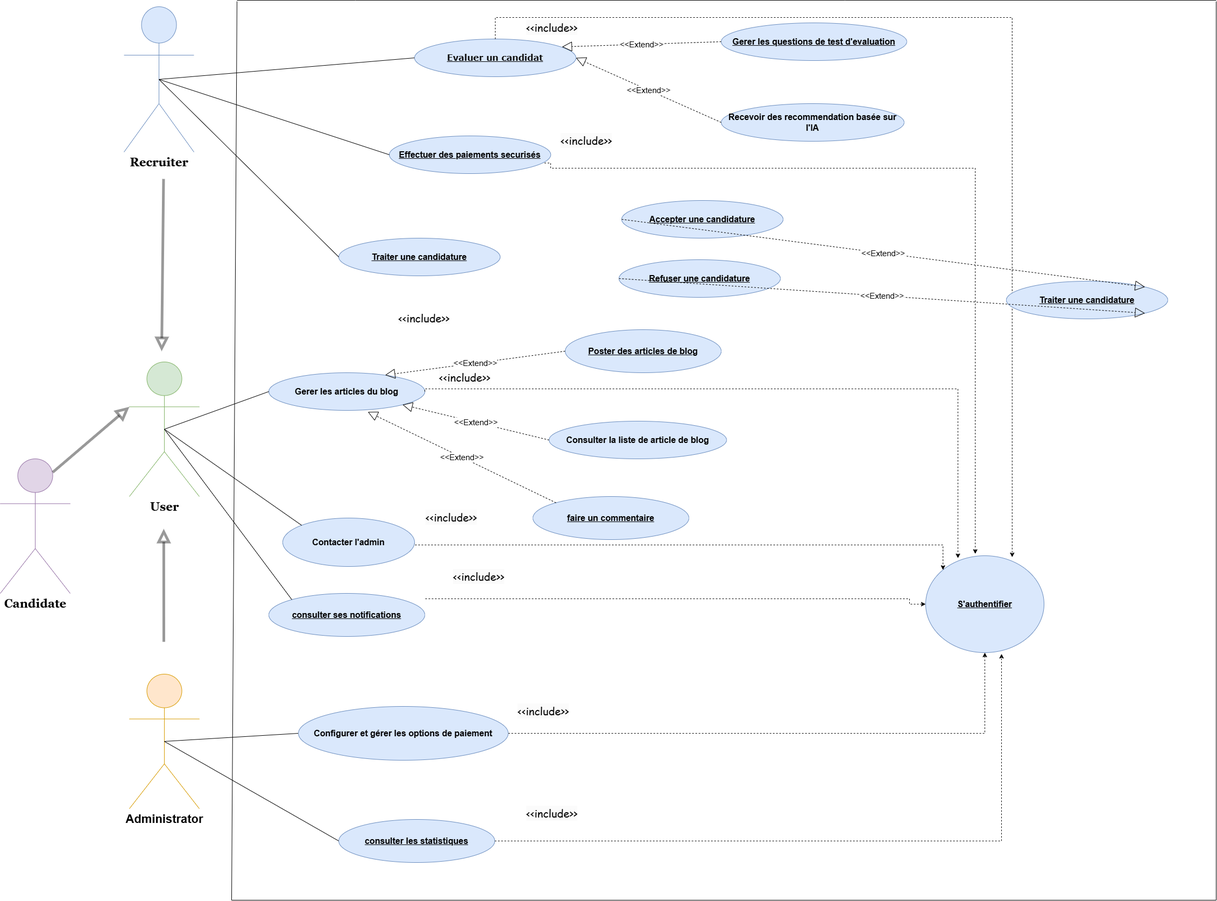
Before: Diagramme cas utilisation sprint3.drawio.png, a diagram exported from draw.io (chirine1/-project). Source tidied: cells renumbered, new cells last; positions are measured from the earlier drawing's top-left corner, leaving out a move shared by most shapes.
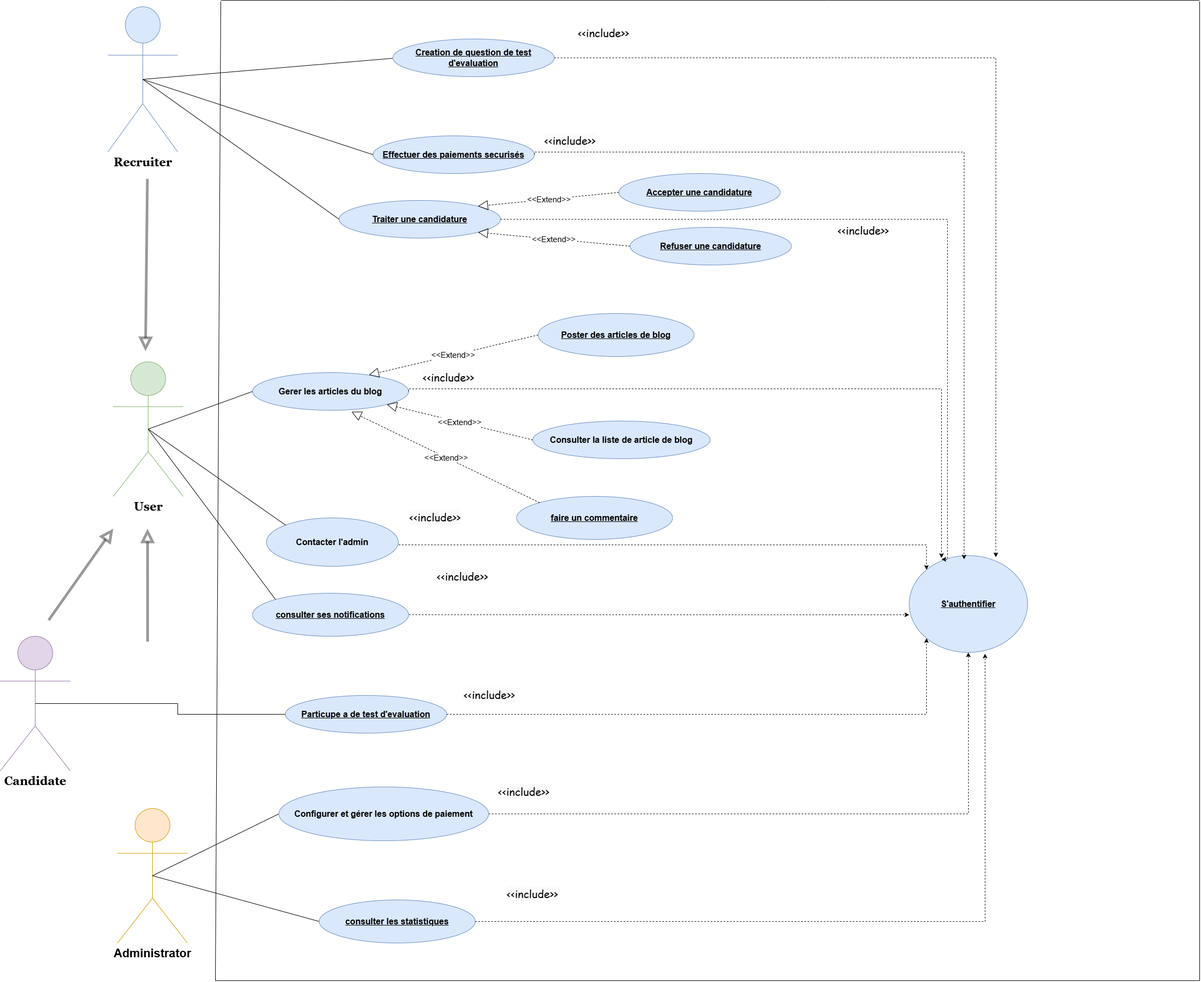
Later version of the same file.

Commit message:
Mettre à jour Diagramme cas utilisation sprint3.drawio.png

The edit, as a diff of the source:
```diff
@@ -6,3 +6,3 @@
       <mxGeometry relative="1" as="geometry">
-        <mxPoint x="430" y="1672" as="sourcePoint" />
+        <mxPoint x="430" y="1822" as="sourcePoint" />
         <mxPoint x="440" y="2" as="targetPoint" />
@@ -26,5 +26,2 @@
     </mxCell>
-    <mxCell id="6" value="&lt;b&gt;&lt;font face=&quot;Helvetica&quot; style=&quot;font-size: 16px;&quot;&gt;Recevoir des recommendation basée sur l'IA&lt;/font&gt;&lt;/b&gt;" style="ellipse;whiteSpace=wrap;html=1;fillColor=#dae8fc;strokeColor=#6c8ebf;" parent="1" vertex="1">
-      <mxGeometry x="1340" y="192" width="340" height="70" as="geometry" />
-    </mxCell>
     <mxCell id="7" value="&lt;span style=&quot;font-size: 16px;&quot;&gt;&lt;b&gt;Gerer les articles du blog&lt;/b&gt;&lt;/span&gt;" style="ellipse;whiteSpace=wrap;html=1;align=center;fillColor=#dae8fc;strokeColor=#6c8ebf;" parent="1" vertex="1">
@@ -37,4 +34,4 @@
       <mxGeometry relative="1" as="geometry">
-        <mxPoint x="430" y="1672" as="sourcePoint" />
-        <mxPoint x="2260" y="1672" as="targetPoint" />
+        <mxPoint x="430" y="1822" as="sourcePoint" />
+        <mxPoint x="2260" y="1822" as="targetPoint" />
       </mxGeometry>
@@ -43,3 +40,3 @@
       <mxGeometry relative="1" as="geometry">
-        <mxPoint x="2260" y="1672" as="sourcePoint" />
+        <mxPoint x="2260" y="1822" as="sourcePoint" />
         <mxPoint x="2260" y="2" as="targetPoint" />
@@ -48,3 +45,3 @@
     <mxCell id="11" value="&lt;span style=&quot;font-size: 22px;&quot;&gt;&lt;b&gt;Administrator&lt;/b&gt;&lt;/span&gt;" style="shape=umlActor;verticalLabelPosition=bottom;verticalAlign=top;html=1;outlineConnect=0;fillColor=#ffe6cc;strokeColor=#d79b00;" parent="1" vertex="1">
-      <mxGeometry x="240" y="1252" width="130" height="250" as="geometry" />
+      <mxGeometry x="248" y="1502" width="130" height="250" as="geometry" />
     </mxCell>
@@ -66,7 +63,4 @@
     <mxCell id="14" value="&lt;font face=&quot;Georgia&quot;&gt;&lt;span style=&quot;font-size: 22px;&quot;&gt;&lt;b&gt;Candidate&lt;/b&gt;&lt;/span&gt;&lt;/font&gt;" style="shape=umlActor;verticalLabelPosition=bottom;verticalAlign=top;html=1;outlineConnect=0;fillColor=#e1d5e7;strokeColor=#9673a6;" parent="1" vertex="1">
-      <mxGeometry y="852" width="130" height="250" as="geometry" />
+      <mxGeometry x="30" y="1182" width="130" height="250" as="geometry" />
     </mxCell>
-    <mxCell id="15" value="&lt;span style=&quot;color: rgb(0, 0, 0); font-family: &amp;quot;Comic Sans MS&amp;quot;; font-size: 20px; font-style: normal; font-variant-ligatures: normal; font-variant-caps: normal; font-weight: 400; letter-spacing: normal; orphans: 2; text-align: center; text-indent: 0px; text-transform: none; widows: 2; word-spacing: 0px; -webkit-text-stroke-width: 0px; background-color: rgb(251, 251, 251); text-decoration-thickness: initial; text-decoration-style: initial; text-decoration-color: initial; float: none; display: inline !important;&quot;&gt;&amp;lt;&amp;lt;include&amp;gt;&amp;gt;&lt;/span&gt;" style="text;whiteSpace=wrap;html=1;" parent="1" vertex="1">
-      <mxGeometry x="976" y="32" width="130" height="50" as="geometry" />
-    </mxCell>
     <mxCell id="16" value="&lt;span style=&quot;color: rgb(0, 0, 0); font-family: &amp;quot;Comic Sans MS&amp;quot;; font-size: 20px; font-style: normal; font-variant-ligatures: normal; font-variant-caps: normal; font-weight: 400; letter-spacing: normal; orphans: 2; text-align: center; text-indent: 0px; text-transform: none; widows: 2; word-spacing: 0px; -webkit-text-stroke-width: 0px; background-color: rgb(251, 251, 251); text-decoration-thickness: initial; text-decoration-style: initial; text-decoration-color: initial; float: none; display: inline !important;&quot;&gt;&amp;lt;&amp;lt;include&amp;gt;&amp;gt;&lt;/span&gt;" style="text;whiteSpace=wrap;html=1;" parent="1" vertex="1">
@@ -74,8 +68,2 @@
     </mxCell>
-    <mxCell id="17" value="&lt;div style=&quot;text-align: left;&quot;&gt;&lt;font color=&quot;#0d0d0d&quot;&gt;&lt;span style=&quot;font-size: 16px; white-space-collapse: preserve;&quot;&gt;&lt;b style=&quot;&quot;&gt;&lt;font face=&quot;Verdana&quot;&gt;Evaluer un candidat&lt;/font&gt;&lt;/b&gt;&lt;/span&gt;&lt;br&gt;&lt;/font&gt;&lt;/div&gt;" style="ellipse;whiteSpace=wrap;html=1;align=center;fontStyle=4;fillColor=#dae8fc;strokeColor=#6c8ebf;" parent="1" vertex="1">
-      <mxGeometry x="770" y="72" width="300" height="70" as="geometry" />
-    </mxCell>
-    <mxCell id="18" value="&lt;span style=&quot;font-size: 16px;&quot;&gt;&lt;b&gt;Gerer les questions de test d'evaluation&lt;/b&gt;&lt;/span&gt;" style="ellipse;whiteSpace=wrap;html=1;align=center;fontStyle=4;fillColor=#dae8fc;strokeColor=#6c8ebf;" parent="1" vertex="1">
-      <mxGeometry x="1340" y="42" width="345" height="70" as="geometry" />
-    </mxCell>
     <mxCell id="19" value="&lt;b style=&quot;font-size: 16px;&quot;&gt;Effectuer des paiements securisés&lt;/b&gt;" style="ellipse;whiteSpace=wrap;html=1;align=center;fontStyle=4;fillColor=#dae8fc;strokeColor=#6c8ebf;" parent="1" vertex="1">
@@ -103,4 +91,6 @@
     </mxCell>
-    <mxCell id="24" style="endArrow=none;html=1;rounded=0;exitX=0.5;exitY=0.5;exitDx=0;exitDy=0;exitPerimeter=0;entryX=0;entryY=0.5;entryDx=0;entryDy=0;" parent="1" edge="1" source="5" target="17">
-      <mxGeometry relative="1" as="geometry" />
+    <mxCell id="24" style="endArrow=none;html=1;rounded=0;exitX=0.5;exitY=0.5;exitDx=0;exitDy=0;exitPerimeter=0;entryX=0;entryY=0.5;entryDx=0;entryDy=0;" parent="1" edge="1" source="5">
+      <mxGeometry relative="1" as="geometry">
+        <mxPoint x="770" y="107" as="targetPoint" />
+      </mxGeometry>
     </mxCell>
@@ -131,3 +121,3 @@
     <mxCell id="31" value="&lt;b style=&quot;font-size: 16px;&quot;&gt;Poster des articles de blog&lt;/b&gt;" style="ellipse;whiteSpace=wrap;html=1;align=center;fontStyle=4;fillColor=#dae8fc;strokeColor=#6c8ebf;" parent="1" vertex="1">
-      <mxGeometry x="1050" y="612" width="290" height="80" as="geometry" />
+      <mxGeometry x="1030" y="582" width="290" height="80" as="geometry" />
     </mxCell>
@@ -139,13 +129,7 @@
     </mxCell>
-    <mxCell id="34" value="&lt;font style=&quot;font-size: 15px;&quot;&gt;&amp;lt;&amp;lt;Extend&amp;gt;&amp;gt;&lt;/font&gt;" style="endArrow=block;endSize=16;endFill=0;html=1;rounded=0;entryX=1;entryY=0.5;entryDx=0;entryDy=0;exitX=0;exitY=0.5;exitDx=0;exitDy=0;dashed=1;" parent="1" edge="1" source="6" target="17">
-      <mxGeometry relative="1" as="geometry" />
-    </mxCell>
-    <mxCell id="35" value="&lt;font style=&quot;font-size: 15px;&quot;&gt;&amp;lt;&amp;lt;Extend&amp;gt;&amp;gt;&lt;/font&gt;" style="endArrow=block;endSize=16;endFill=0;html=1;rounded=0;entryX=0.914;entryY=0.208;entryDx=0;entryDy=0;exitX=0;exitY=0.5;exitDx=0;exitDy=0;entryPerimeter=0;dashed=1;" parent="1" edge="1" source="18" target="17">
-      <mxGeometry relative="1" as="geometry" />
-    </mxCell>
-    <mxCell id="36" style="edgeStyle=orthogonalEdgeStyle;rounded=0;jettySize=auto;html=1;dashed=1;entryX=0.731;entryY=0.015;entryDx=0;entryDy=0;entryPerimeter=0;" parent="1" edge="1" source="17" target="8">
+    <mxCell id="36" style="edgeStyle=orthogonalEdgeStyle;rounded=0;jettySize=auto;html=1;dashed=1;exitX=1;exitY=0.5;exitDx=0;exitDy=0;" parent="1" edge="1" source="62">
       <mxGeometry relative="1" as="geometry">
+        <mxPoint x="1881" y="1035" as="targetPoint" />
         <Array as="points">
-          <mxPoint x="920" y="32" />
-          <mxPoint x="1881" y="32" />
+          <mxPoint x="1881" y="107" />
         </Array>
@@ -153,11 +137,2 @@
     </mxCell>
-    <mxCell id="37" style="edgeStyle=orthogonalEdgeStyle;rounded=0;jettySize=auto;html=1;exitX=0.961;exitY=0.72;exitDx=0;exitDy=0;dashed=1;entryX=0.419;entryY=-0.019;entryDx=0;entryDy=0;entryPerimeter=0;exitPerimeter=0;" parent="1" edge="1" source="19" target="8">
-      <mxGeometry relative="1" as="geometry">
-        <Array as="points">
-          <mxPoint x="1023" y="302" />
-          <mxPoint x="1023" y="312" />
-          <mxPoint x="1812" y="312" />
-        </Array>
-      </mxGeometry>
-    </mxCell>
     <mxCell id="38" style="edgeStyle=orthogonalEdgeStyle;rounded=0;jettySize=auto;html=1;exitX=1;exitY=0.5;exitDx=0;exitDy=0;entryX=0.5;entryY=1;entryDx=0;entryDy=0;dashed=1;" parent="1" edge="1" source="39" target="8">
@@ -166,3 +141,3 @@
     <mxCell id="39" value="&lt;b&gt;&lt;font style=&quot;font-size: 16px;&quot;&gt;Configurer et gérer les options de paiement&lt;/font&gt;&lt;/b&gt;" style="ellipse;whiteSpace=wrap;html=1;fillColor=#dae8fc;strokeColor=#6c8ebf;" parent="1" vertex="1">
-      <mxGeometry x="554.1" y="1312" width="390" height="100" as="geometry" />
+      <mxGeometry x="548" y="1462" width="390" height="100" as="geometry" />
     </mxCell>
@@ -172,18 +147,18 @@
     <mxCell id="41" value="&lt;span style=&quot;color: rgb(0, 0, 0); font-family: &amp;quot;Comic Sans MS&amp;quot;; font-size: 20px; font-style: normal; font-variant-ligatures: normal; font-variant-caps: normal; font-weight: 400; letter-spacing: normal; orphans: 2; text-align: center; text-indent: 0px; text-transform: none; widows: 2; word-spacing: 0px; -webkit-text-stroke-width: 0px; background-color: rgb(251, 251, 251); text-decoration-thickness: initial; text-decoration-style: initial; text-decoration-color: initial; float: none; display: inline !important;&quot;&gt;&amp;lt;&amp;lt;include&amp;gt;&amp;gt;&lt;/span&gt;" style="text;whiteSpace=wrap;html=1;" parent="1" vertex="1">
-      <mxGeometry x="960" y="1302" width="130" height="50" as="geometry" />
+      <mxGeometry x="953.9" y="1452" width="130" height="50" as="geometry" />
     </mxCell>
     <mxCell id="42" value="&lt;span style=&quot;color: rgb(0, 0, 0); font-family: &amp;quot;Comic Sans MS&amp;quot;; font-size: 20px; font-style: normal; font-variant-ligatures: normal; font-variant-caps: normal; font-weight: 400; letter-spacing: normal; orphans: 2; text-align: center; text-indent: 0px; text-transform: none; widows: 2; word-spacing: 0px; -webkit-text-stroke-width: 0px; background-color: rgb(251, 251, 251); text-decoration-thickness: initial; text-decoration-style: initial; text-decoration-color: initial; float: none; display: inline !important;&quot;&gt;&amp;lt;&amp;lt;include&amp;gt;&amp;gt;&lt;/span&gt;" style="text;whiteSpace=wrap;html=1;" parent="1" vertex="1">
-      <mxGeometry x="976" y="1492" width="130" height="50" as="geometry" />
+      <mxGeometry x="969.9" y="1642" width="130" height="50" as="geometry" />
     </mxCell>
     <mxCell id="43" value="&lt;span style=&quot;color: rgb(0, 0, 0); font-style: normal; font-variant-ligatures: normal; font-variant-caps: normal; font-weight: 400; letter-spacing: normal; orphans: 2; text-indent: 0px; text-transform: none; widows: 2; word-spacing: 0px; -webkit-text-stroke-width: 0px; background-color: rgb(251, 251, 251); text-decoration-thickness: initial; text-decoration-style: initial; text-decoration-color: initial; float: none; display: inline !important;&quot;&gt;&lt;font style=&quot;font-size: 20px;&quot; face=&quot;Comic Sans MS&quot;&gt;&amp;lt;&amp;lt;include&amp;gt;&amp;gt;&lt;/font&gt;&lt;/span&gt;" style="text;whiteSpace=wrap;html=1;align=center;" parent="1" vertex="1">
-      <mxGeometry x="723.1" y="572" width="130" height="40" as="geometry" />
+      <mxGeometry x="1087" y="42" width="130" height="40" as="geometry" />
     </mxCell>
     <mxCell id="44" value="&lt;div&gt;&lt;span style=&quot;font-size: 16px;&quot;&gt;&lt;b&gt;Accepter une candidature&lt;/b&gt;&lt;/span&gt;&lt;/div&gt;" style="ellipse;whiteSpace=wrap;html=1;align=center;fontStyle=4;fillColor=#dae8fc;strokeColor=#6c8ebf;" parent="1" vertex="1">
-      <mxGeometry x="1155" y="372" width="300" height="70" as="geometry" />
+      <mxGeometry x="1180" y="322" width="300" height="70" as="geometry" />
     </mxCell>
     <mxCell id="45" value="&lt;b style=&quot;font-size: 16px;&quot;&gt;Traiter une candidature&lt;/b&gt;" style="ellipse;whiteSpace=wrap;html=1;align=center;fontStyle=4;fillColor=#dae8fc;strokeColor=#6c8ebf;" parent="1" vertex="1">
-      <mxGeometry x="1870" y="522" width="300" height="70" as="geometry" />
+      <mxGeometry x="660" y="372" width="300" height="70" as="geometry" />
     </mxCell>
     <mxCell id="46" value="&lt;div&gt;&lt;span style=&quot;font-size: 16px;&quot;&gt;&lt;b&gt;Refuser une candidature&lt;/b&gt;&lt;/span&gt;&lt;/div&gt;" style="ellipse;whiteSpace=wrap;html=1;align=center;fontStyle=4;fillColor=#dae8fc;strokeColor=#6c8ebf;" parent="1" vertex="1">
-      <mxGeometry x="1150" y="482" width="300" height="70" as="geometry" />
+      <mxGeometry x="1201" y="422" width="300" height="70" as="geometry" />
     </mxCell>
@@ -195,4 +170,7 @@
     </mxCell>
-    <mxCell id="49" style="endArrow=block;html=1;rounded=0;endFill=0;strokeWidth=5;opacity=40;sourcePerimeterSpacing=0;targetPerimeterSpacing=0;jumpSize=6;strokeColor=default;curved=0;endSize=14;startSize=14;exitX=0.75;exitY=0.1;exitDx=0;exitDy=0;exitPerimeter=0;entryX=0;entryY=0.3333333333333333;entryDx=0;entryDy=0;entryPerimeter=0;" parent="1" edge="1" source="14" target="4">
-      <mxGeometry relative="1" as="geometry" />
+    <mxCell id="49" style="endArrow=block;html=1;rounded=0;endFill=0;strokeWidth=5;opacity=40;sourcePerimeterSpacing=0;targetPerimeterSpacing=0;jumpSize=6;strokeColor=default;curved=0;endSize=14;startSize=14;" parent="1" edge="1">
+      <mxGeometry relative="1" as="geometry">
+        <mxPoint x="120" y="1152" as="sourcePoint" />
+        <mxPoint x="240" y="982" as="targetPoint" />
+      </mxGeometry>
     </mxCell>
@@ -213,8 +191,8 @@
     </mxCell>
-    <mxCell id="55" style="edgeStyle=orthogonalEdgeStyle;rounded=0;jettySize=auto;html=1;entryX=0;entryY=0.5;entryDx=0;entryDy=0;dashed=1;" parent="1" edge="1" target="8">
+    <mxCell id="55" style="edgeStyle=orthogonalEdgeStyle;rounded=0;orthogonalLoop=1;jettySize=auto;html=1;dashed=1;" parent="1" edge="1">
       <mxGeometry relative="1" as="geometry">
-        <mxPoint x="790" y="1112" as="sourcePoint" />
+        <mxPoint x="790" y="1142" as="sourcePoint" />
+        <mxPoint x="1720" y="1142" as="targetPoint" />
         <Array as="points">
-          <mxPoint x="1690" y="1112" />
-          <mxPoint x="1690" y="1122" />
+          <mxPoint x="1720" y="1142" />
         </Array>
@@ -226,3 +204,3 @@
     <mxCell id="57" value="&lt;b style=&quot;font-size: 16px;&quot;&gt;consulter les statistiques&lt;/b&gt;" style="ellipse;whiteSpace=wrap;html=1;align=center;fontStyle=4;fillColor=#dae8fc;strokeColor=#6c8ebf;" parent="1" vertex="1">
-      <mxGeometry x="629.1" y="1522" width="290" height="80" as="geometry" />
+      <mxGeometry x="623" y="1672" width="290" height="80" as="geometry" />
     </mxCell>
@@ -234,8 +212,45 @@
     </mxCell>
-    <mxCell id="60" value="&lt;b style=&quot;font-size: 16px;&quot;&gt;Traiter une candidature&lt;/b&gt;" style="ellipse;whiteSpace=wrap;html=1;align=center;fontStyle=4;fillColor=#dae8fc;strokeColor=#6c8ebf;" parent="1" vertex="1">
-      <mxGeometry x="629.1" y="442" width="300" height="70" as="geometry" />
-    </mxCell>
-    <mxCell id="61" style="endArrow=none;html=1;rounded=0;exitX=0.5;exitY=0.5;exitDx=0;exitDy=0;exitPerimeter=0;entryX=0;entryY=0.5;entryDx=0;entryDy=0;" parent="1" edge="1" source="5" target="60">
+    <mxCell id="61" style="endArrow=none;html=1;rounded=0;exitX=0.5;exitY=0.5;exitDx=0;exitDy=0;exitPerimeter=0;entryX=0;entryY=0.5;entryDx=0;entryDy=0;" parent="1" edge="1" source="5" target="45">
       <mxGeometry relative="1" as="geometry" />
     </mxCell>
+    <mxCell id="62" value="&lt;b style=&quot;font-size: 16px;&quot;&gt;Creation de question de test d'evaluation&lt;/b&gt;" style="ellipse;whiteSpace=wrap;html=1;align=center;fontStyle=4;fillColor=#dae8fc;strokeColor=#6c8ebf;" parent="1" vertex="1">
+      <mxGeometry x="760" y="72" width="300" height="70" as="geometry" />
+    </mxCell>
+    <mxCell id="63" style="edgeStyle=orthogonalEdgeStyle;rounded=0;jettySize=auto;html=1;exitX=1;exitY=0.5;exitDx=0;exitDy=0;dashed=1;entryX=0.419;entryY=-0.019;entryDx=0;entryDy=0;entryPerimeter=0;" parent="1" edge="1" source="19">
+      <mxGeometry relative="1" as="geometry">
+        <mxPoint x="1822" y="1039" as="targetPoint" />
+        <Array as="points">
+          <mxPoint x="1023" y="282" />
+          <mxPoint x="1822" y="282" />
+        </Array>
+      </mxGeometry>
+    </mxCell>
+    <mxCell id="64" style="edgeStyle=orthogonalEdgeStyle;rounded=0;jettySize=auto;html=1;exitX=1;exitY=0.5;exitDx=0;exitDy=0;dashed=1;" parent="1" edge="1" source="45">
+      <mxGeometry relative="1" as="geometry">
+        <mxPoint x="1780" y="1039" as="targetPoint" />
+        <Array as="points">
+          <mxPoint x="1791" y="407" />
+          <mxPoint x="1791" y="1039" />
+        </Array>
+      </mxGeometry>
+    </mxCell>
+    <mxCell id="65" value="&lt;span style=&quot;color: rgb(0, 0, 0); font-style: normal; font-variant-ligatures: normal; font-variant-caps: normal; font-weight: 400; letter-spacing: normal; orphans: 2; text-indent: 0px; text-transform: none; widows: 2; word-spacing: 0px; -webkit-text-stroke-width: 0px; background-color: rgb(251, 251, 251); text-decoration-thickness: initial; text-decoration-style: initial; text-decoration-color: initial; float: none; display: inline !important;&quot;&gt;&lt;font style=&quot;font-size: 20px;&quot; face=&quot;Comic Sans MS&quot;&gt;&amp;lt;&amp;lt;include&amp;gt;&amp;gt;&lt;/font&gt;&lt;/span&gt;" style="text;whiteSpace=wrap;html=1;align=center;" parent="1" vertex="1">
+      <mxGeometry x="1570" y="409" width="130" height="40" as="geometry" />
+    </mxCell>
+    <mxCell id="66" value="&lt;b style=&quot;font-size: 16px;&quot;&gt;Particupe a de test d'evaluation&lt;/b&gt;" style="ellipse;whiteSpace=wrap;html=1;align=center;fontStyle=4;fillColor=#dae8fc;strokeColor=#6c8ebf;" parent="1" vertex="1">
+      <mxGeometry x="560" y="1292" width="300" height="70" as="geometry" />
+    </mxCell>
+    <mxCell id="67" style="edgeStyle=orthogonalEdgeStyle;rounded=0;jettySize=auto;html=1;entryX=0.5;entryY=0.5;entryDx=0;entryDy=0;entryPerimeter=0;endArrow=none;endFill=0;" parent="1" edge="1" source="66" target="14">
+      <mxGeometry relative="1" as="geometry" />
+    </mxCell>
+    <mxCell id="68" style="edgeStyle=orthogonalEdgeStyle;rounded=0;jettySize=auto;html=1;dashed=1;exitX=1;exitY=0.5;exitDx=0;exitDy=0;entryX=0;entryY=1;entryDx=0;entryDy=0;" parent="1" edge="1" source="66" target="8">
+      <mxGeometry relative="1" as="geometry">
+        <Array as="points">
+          <mxPoint x="1752" y="1327" />
+        </Array>
+      </mxGeometry>
+    </mxCell>
+    <mxCell id="15" value="&lt;span style=&quot;color: rgb(0, 0, 0); font-family: &amp;quot;Comic Sans MS&amp;quot;; font-size: 20px; font-style: normal; font-variant-ligatures: normal; font-variant-caps: normal; font-weight: 400; letter-spacing: normal; orphans: 2; text-align: center; text-indent: 0px; text-transform: none; widows: 2; word-spacing: 0px; -webkit-text-stroke-width: 0px; background-color: rgb(251, 251, 251); text-decoration-thickness: initial; text-decoration-style: initial; text-decoration-color: initial; float: none; display: inline !important;&quot;&gt;&amp;lt;&amp;lt;include&amp;gt;&amp;gt;&lt;/span&gt;" style="text;whiteSpace=wrap;html=1;" parent="1" vertex="1">
+      <mxGeometry x="890" y="1272" width="130" height="50" as="geometry" />
+    </mxCell>
   </root>
```
